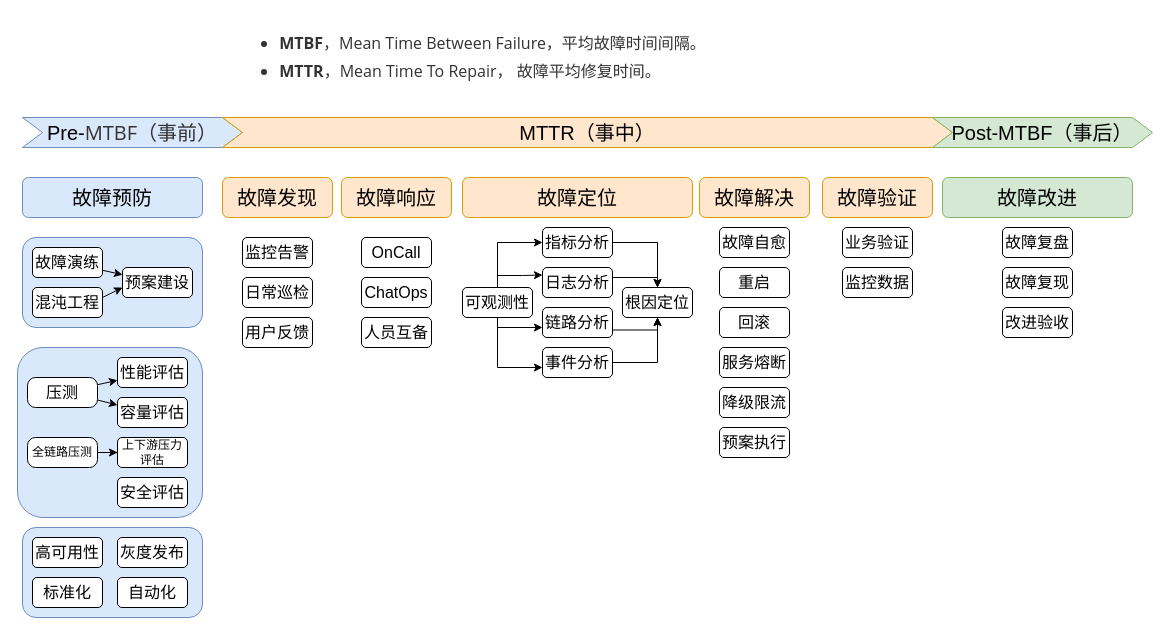
Earlier version of the draw.io diagram sre.drawio (clay-wangzhi/draw). Source tidied: cells renumbered, new cells numbered last; positions are measured from the earlier drawing's top-left corner, leaving out a move shared by most shapes. Both pictures are drawn from the tidied source at 100%, with x=0, y=0 at pixel (17, 17).
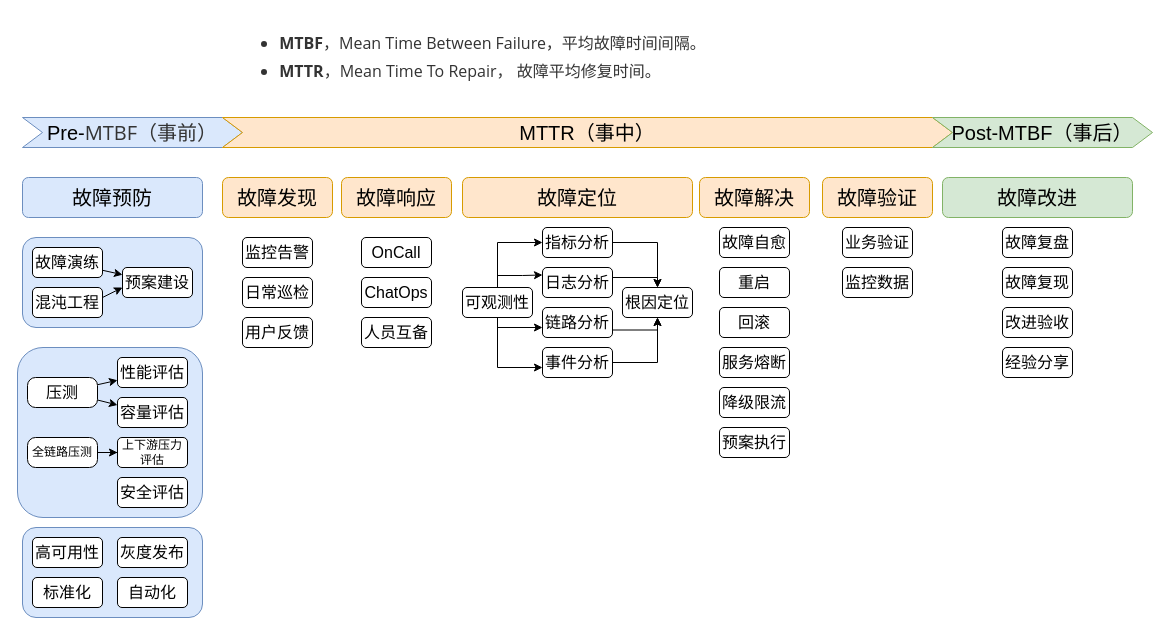
Above is the later version.

Change to the diagram source:
```diff
@@
+    <mxCell id="65" value="&lt;font style=&quot;font-size: 16px;&quot;&gt;经验分享&lt;br&gt;&lt;/font&gt;" style="rounded=1;whiteSpace=wrap;html=1;" parent="1" vertex="1">
+      <mxGeometry x="985" y="330" width="70" height="30" as="geometry" />
+    </mxCell>
```
